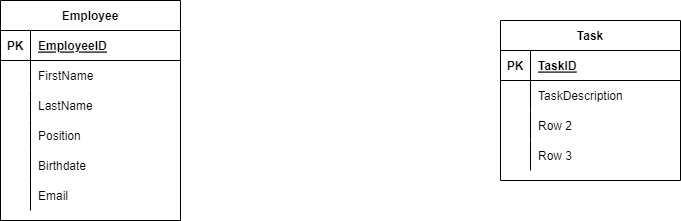
Before: Untitled Diagram.drawio.png, a diagram exported from draw.io (Upashan-Perera/GeorgianCollegeAD-Project). Source tidied: cells renumbered, new cells last; positions are measured from the earlier drawing's top-left corner, leaving out a move shared by most shapes. The source it was exported from:
```xml
<mxGraphModel>
  <root>
    <mxCell id="0" />
    <mxCell id="1" parent="0" />
    <mxCell id="2" value="Employee" style="shape=table;startSize=30;rowLines=0;fontStyle=1;align=center;" parent="1" vertex="1">
      <mxGeometry width="180" height="220" as="geometry" />
    </mxCell>
    <mxCell id="3" style="shape=tableRow;horizontal=0;startSize=0;swimlaneHead=0;swimlaneBody=0;fillColor=none;top=0;left=0;right=0;bottom=1;" parent="2" vertex="1">
      <mxGeometry y="30" width="180" height="30" as="geometry" />
    </mxCell>
    <mxCell id="4" value="PK" style="shape=partialRectangle;fillColor=none;top=0;left=0;bottom=0;right=0;fontStyle=1;overflow=hidden;" parent="3" vertex="1">
      <mxGeometry width="30" height="30" as="geometry" />
    </mxCell>
    <mxCell id="5" value="EmployeeID" style="shape=partialRectangle;fillColor=none;top=0;left=0;bottom=0;right=0;align=left;spacingLeft=6;fontStyle=5;overflow=hidden;" parent="3" vertex="1">
      <mxGeometry x="30" width="150" height="30" as="geometry" />
    </mxCell>
    <mxCell id="6" style="shape=tableRow;horizontal=0;startSize=0;swimlaneHead=0;swimlaneBody=0;fillColor=none;top=0;left=0;right=0;bottom=0;" parent="2" vertex="1">
      <mxGeometry y="60" width="180" height="30" as="geometry" />
    </mxCell>
    <mxCell id="7" style="shape=partialRectangle;fillColor=none;top=0;left=0;bottom=0;right=0;overflow=hidden;" parent="6" vertex="1">
      <mxGeometry width="30" height="30" as="geometry" />
    </mxCell>
    <mxCell id="8" value="FirstName" style="shape=partialRectangle;fillColor=none;top=0;left=0;bottom=0;right=0;align=left;spacingLeft=6;overflow=hidden;" parent="6" vertex="1">
      <mxGeometry x="30" width="150" height="30" as="geometry" />
    </mxCell>
    <mxCell id="9" style="shape=tableRow;horizontal=0;startSize=0;swimlaneHead=0;swimlaneBody=0;fillColor=none;top=0;left=0;right=0;bottom=0;" parent="2" vertex="1">
      <mxGeometry y="90" width="180" height="30" as="geometry" />
    </mxCell>
    <mxCell id="10" style="shape=partialRectangle;fillColor=none;top=0;left=0;bottom=0;right=0;overflow=hidden;" parent="9" vertex="1">
      <mxGeometry width="30" height="30" as="geometry" />
    </mxCell>
    <mxCell id="11" value="LastName" style="shape=partialRectangle;fillColor=none;top=0;left=0;bottom=0;right=0;align=left;spacingLeft=6;overflow=hidden;" parent="9" vertex="1">
      <mxGeometry x="30" width="150" height="30" as="geometry" />
    </mxCell>
    <mxCell id="12" style="shape=tableRow;horizontal=0;startSize=0;swimlaneHead=0;swimlaneBody=0;fillColor=none;top=0;left=0;right=0;bottom=0;" parent="2" vertex="1">
      <mxGeometry y="120" width="180" height="30" as="geometry" />
    </mxCell>
    <mxCell id="13" style="shape=partialRectangle;fillColor=none;top=0;left=0;bottom=0;right=0;overflow=hidden;" parent="12" vertex="1">
      <mxGeometry width="30" height="30" as="geometry" />
    </mxCell>
    <mxCell id="14" value="Position" style="shape=partialRectangle;fillColor=none;top=0;left=0;bottom=0;right=0;align=left;spacingLeft=6;overflow=hidden;" parent="12" vertex="1">
      <mxGeometry x="30" width="150" height="30" as="geometry" />
    </mxCell>
    <mxCell id="15" style="shape=tableRow;horizontal=0;startSize=0;swimlaneHead=0;swimlaneBody=0;fillColor=none;top=0;left=0;right=0;bottom=0;" parent="2" vertex="1">
      <mxGeometry y="150" width="180" height="30" as="geometry" />
    </mxCell>
    <mxCell id="16" style="shape=partialRectangle;fillColor=none;top=0;left=0;bottom=0;right=0;overflow=hidden;" parent="15" vertex="1">
      <mxGeometry width="30" height="30" as="geometry" />
    </mxCell>
    <mxCell id="17" value="Birthdate" style="shape=partialRectangle;fillColor=none;top=0;left=0;bottom=0;right=0;align=left;spacingLeft=6;overflow=hidden;" parent="15" vertex="1">
      <mxGeometry x="30" width="150" height="30" as="geometry" />
    </mxCell>
    <mxCell id="18" style="shape=tableRow;horizontal=0;startSize=0;swimlaneHead=0;swimlaneBody=0;fillColor=none;top=0;left=0;right=0;bottom=0;" parent="2" vertex="1">
      <mxGeometry y="180" width="180" height="30" as="geometry" />
    </mxCell>
    <mxCell id="19" style="shape=partialRectangle;fillColor=none;top=0;left=0;bottom=0;right=0;overflow=hidden;" parent="18" vertex="1">
      <mxGeometry width="30" height="30" as="geometry" />
    </mxCell>
    <mxCell id="20" value="Email" style="shape=partialRectangle;fillColor=none;top=0;left=0;bottom=0;right=0;align=left;spacingLeft=6;overflow=hidden;" parent="18" vertex="1">
      <mxGeometry x="30" width="150" height="30" as="geometry" />
    </mxCell>
    <mxCell id="21" value="Task" style="shape=table;startSize=30;rowLines=0;fontStyle=1;align=center;" parent="1" vertex="1">
      <mxGeometry x="500" y="20" width="180" height="160" as="geometry" />
    </mxCell>
    <mxCell id="22" style="shape=tableRow;horizontal=0;startSize=0;swimlaneHead=0;swimlaneBody=0;fillColor=none;top=0;left=0;right=0;bottom=1;" parent="21" vertex="1">
      <mxGeometry y="30" width="180" height="30" as="geometry" />
    </mxCell>
    <mxCell id="23" value="PK" style="shape=partialRectangle;fillColor=none;top=0;left=0;bottom=0;right=0;fontStyle=1;overflow=hidden;" parent="22" vertex="1">
      <mxGeometry width="30" height="30" as="geometry" />
    </mxCell>
    <mxCell id="24" value="TaskID" style="shape=partialRectangle;fillColor=none;top=0;left=0;bottom=0;right=0;align=left;spacingLeft=6;fontStyle=5;overflow=hidden;" parent="22" vertex="1">
      <mxGeometry x="30" width="150" height="30" as="geometry" />
    </mxCell>
    <mxCell id="25" style="shape=tableRow;horizontal=0;startSize=0;swimlaneHead=0;swimlaneBody=0;fillColor=none;top=0;left=0;right=0;bottom=0;" parent="21" vertex="1">
      <mxGeometry y="60" width="180" height="30" as="geometry" />
    </mxCell>
    <mxCell id="26" style="shape=partialRectangle;fillColor=none;top=0;left=0;bottom=0;right=0;overflow=hidden;" parent="25" vertex="1">
      <mxGeometry width="30" height="30" as="geometry" />
    </mxCell>
    <mxCell id="27" value="TaskDescription" style="shape=partialRectangle;fillColor=none;top=0;left=0;bottom=0;right=0;align=left;spacingLeft=6;overflow=hidden;" parent="25" vertex="1">
      <mxGeometry x="30" width="150" height="30" as="geometry" />
    </mxCell>
    <mxCell id="28" style="shape=tableRow;horizontal=0;startSize=0;swimlaneHead=0;swimlaneBody=0;fillColor=none;top=0;left=0;right=0;bottom=0;" parent="21" vertex="1">
      <mxGeometry y="90" width="180" height="30" as="geometry" />
    </mxCell>
    <mxCell id="29" style="shape=partialRectangle;fillColor=none;top=0;left=0;bottom=0;right=0;overflow=hidden;" parent="28" vertex="1">
      <mxGeometry width="30" height="30" as="geometry" />
    </mxCell>
    <mxCell id="30" value="Row 2" style="shape=partialRectangle;fillColor=none;top=0;left=0;bottom=0;right=0;align=left;spacingLeft=6;overflow=hidden;" parent="28" vertex="1">
      <mxGeometry x="30" width="150" height="30" as="geometry" />
    </mxCell>
    <mxCell id="31" style="shape=tableRow;horizontal=0;startSize=0;swimlaneHead=0;swimlaneBody=0;fillColor=none;top=0;left=0;right=0;bottom=0;" parent="21" vertex="1">
      <mxGeometry y="120" width="180" height="30" as="geometry" />
    </mxCell>
    <mxCell id="32" style="shape=partialRectangle;fillColor=none;top=0;left=0;bottom=0;right=0;overflow=hidden;" parent="31" vertex="1">
      <mxGeometry width="30" height="30" as="geometry" />
    </mxCell>
    <mxCell id="33" value="Row 3" style="shape=partialRectangle;fillColor=none;top=0;left=0;bottom=0;right=0;align=left;spacingLeft=6;overflow=hidden;" parent="31" vertex="1">
      <mxGeometry x="30" width="150" height="30" as="geometry" />
    </mxCell>
  </root>
</mxGraphModel>
```
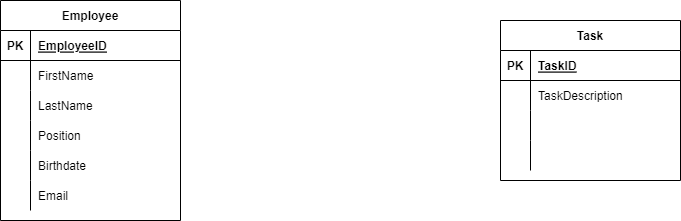
After the commit.

What changed in the source:
```diff
@@ -86,7 +86,7 @@
     <mxCell id="29" style="shape=partialRectangle;fillColor=none;top=0;left=0;bottom=0;right=0;overflow=hidden;" parent="28" vertex="1">
       <mxGeometry width="30" height="30" as="geometry" />
     </mxCell>
-    <mxCell id="30" value="Row 2" style="shape=partialRectangle;fillColor=none;top=0;left=0;bottom=0;right=0;align=left;spacingLeft=6;overflow=hidden;" parent="28" vertex="1">
+    <mxCell id="30" style="shape=partialRectangle;fillColor=none;top=0;left=0;bottom=0;right=0;align=left;spacingLeft=6;overflow=hidden;" parent="28" vertex="1">
       <mxGeometry x="30" width="150" height="30" as="geometry" />
     </mxCell>
     <mxCell id="31" style="shape=tableRow;horizontal=0;startSize=0;swimlaneHead=0;swimlaneBody=0;fillColor=none;top=0;left=0;right=0;bottom=0;" parent="21" vertex="1">
@@ -95,7 +95,7 @@
     <mxCell id="32" style="shape=partialRectangle;fillColor=none;top=0;left=0;bottom=0;right=0;overflow=hidden;" parent="31" vertex="1">
       <mxGeometry width="30" height="30" as="geometry" />
     </mxCell>
-    <mxCell id="33" value="Row 3" style="shape=partialRectangle;fillColor=none;top=0;left=0;bottom=0;right=0;align=left;spacingLeft=6;overflow=hidden;" parent="31" vertex="1">
+    <mxCell id="33" style="shape=partialRectangle;fillColor=none;top=0;left=0;bottom=0;right=0;align=left;spacingLeft=6;overflow=hidden;" parent="31" vertex="1">
       <mxGeometry x="30" width="150" height="30" as="geometry" />
     </mxCell>
   </root>
```
